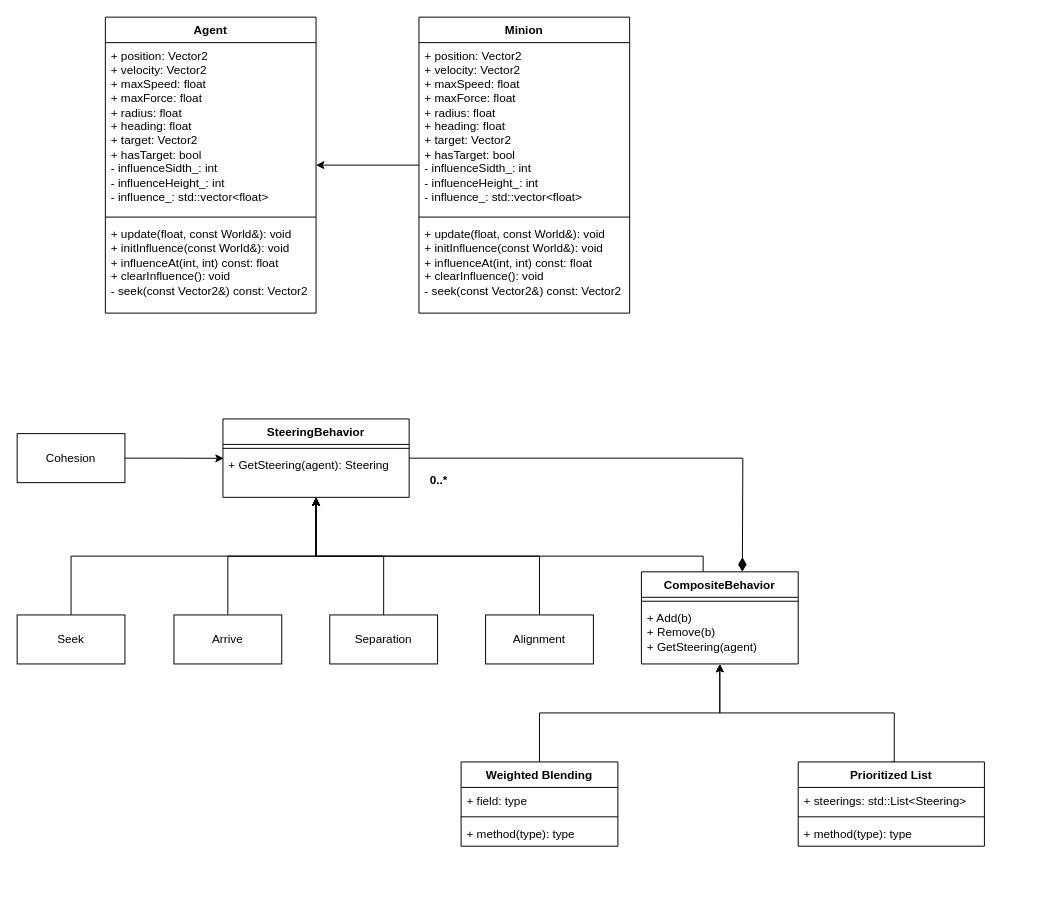
Earlier version of the draw.io diagram IA_AA1.drawio (gerarddoblas/AA1_Steering_Behaviors). Source tidied: cells renumbered, new cells numbered last; positions are measured from the earlier drawing's top-left corner, leaving out a move shared by most shapes. Both pictures are drawn from the tidied source at 98%, with x=0, y=0 at pixel (17, 17).
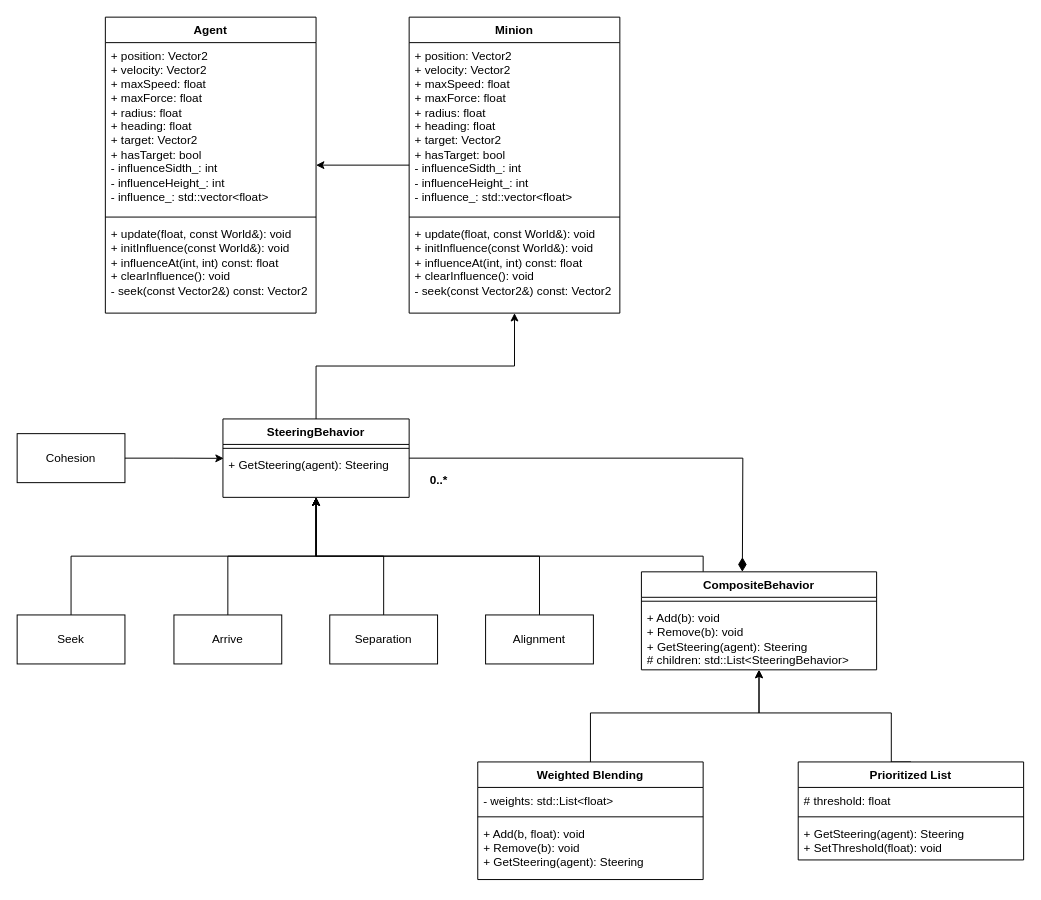
The same diagram, later.

Unchanged cells that the change refers to:
```xml
<mxCell id="3" value="SteeringBehavior" style="swimlane;fontStyle=1;align=center;verticalAlign=top;horizontal=1;startSize=26;whiteSpace=wrap;html=1;" parent="1" vertex="1">
  <mxGeometry x="210" y="410" width="190" height="80" as="geometry" />
</mxCell>
```

What changed in the source:
```diff
@@
+    <mxCell id="40" style="edgeStyle=orthogonalEdgeStyle;rounded=0;jettySize=auto;html=1;exitX=0.5;exitY=0;exitDx=0;exitDy=0;defaultLabelBackgroundColor=page;" parent="1" edge="1" source="3" target="26">
+      <mxGeometry relative="1" as="geometry" />
+    </mxCell>
@@
     <mxCell id="17" value="CompositeBehavior" style="swimlane;fontStyle=1;align=center;verticalAlign=top;horizontal=1;startSize=26;whiteSpace=wrap;html=1;" parent="1" vertex="1">
-      <mxGeometry x="637" y="566" width="160" height="94" as="geometry" />
+      <mxGeometry x="637" y="566" width="240" height="100" as="geometry" />
     </mxCell>
     <mxCell id="18" style="line;strokeWidth=1;fillColor=none;align=left;verticalAlign=middle;spacingTop=-1;spacingLeft=3;spacingRight=3;labelPosition=right;strokeColor=inherit;labelPerimeter=1;" parent="17" vertex="1">
-      <mxGeometry y="26" width="160" height="8" as="geometry" />
+      <mxGeometry y="26" width="240" height="8" as="geometry" />
     </mxCell>
-    <mxCell id="19" value="+ Add(b)&lt;div&gt;+ Remove(b)&lt;/div&gt;&lt;div&gt;+ GetSteering(agent)&lt;/div&gt;" style="text;strokeColor=none;fillColor=none;align=left;verticalAlign=top;spacingLeft=4;spacingRight=4;overflow=hidden;whiteSpace=wrap;html=1;" parent="17" vertex="1">
-      <mxGeometry y="34" width="160" height="60" as="geometry" />
+    <mxCell id="19" value="+ Add(b): void&lt;div&gt;+ Remove(b): void&lt;/div&gt;&lt;div&gt;+ GetSteering(agent): Steering&lt;/div&gt;&lt;div&gt;# children: std::List&amp;lt;SteeringBehavior&amp;gt;&lt;/div&gt;" style="text;strokeColor=none;fillColor=none;align=left;verticalAlign=top;spacingLeft=4;spacingRight=4;overflow=hidden;whiteSpace=wrap;html=1;" parent="17" vertex="1">
+      <mxGeometry y="34" width="240" height="66" as="geometry" />
     </mxCell>
@@
     <mxCell id="26" value="Minion" style="swimlane;fontStyle=1;align=center;verticalAlign=top;horizontal=1;startSize=26;whiteSpace=wrap;html=1;" parent="1" vertex="1">
-      <mxGeometry x="410" width="215" height="302" as="geometry" />
+      <mxGeometry x="400" width="215" height="302" as="geometry" />
     </mxCell>
@@
-    <mxCell id="30" style="edgeStyle=orthogonalEdgeStyle;rounded=0;jettySize=auto;html=1;exitX=0.5;exitY=0;exitDx=0;exitDy=0;defaultLabelBackgroundColor=page;" parent="1" edge="1" source="31" target="17">
-      <mxGeometry relative="1" as="geometry" />
-    </mxCell>
-    <mxCell id="31" value="Weighted Blending" style="swimlane;fontStyle=1;align=center;verticalAlign=top;horizontal=1;startSize=26;whiteSpace=wrap;html=1;" parent="1" vertex="1">
-      <mxGeometry x="453" y="760" width="160" height="86" as="geometry" />
-    </mxCell>
-    <mxCell id="32" value="+ field: type" style="text;strokeColor=none;fillColor=none;align=left;verticalAlign=top;spacingLeft=4;spacingRight=4;overflow=hidden;whiteSpace=wrap;html=1;" parent="31" vertex="1">
-      <mxGeometry y="26" width="160" height="26" as="geometry" />
-    </mxCell>
-    <mxCell id="33" style="line;strokeWidth=1;fillColor=none;align=left;verticalAlign=middle;spacingTop=-1;spacingLeft=3;spacingRight=3;labelPosition=right;strokeColor=inherit;labelPerimeter=1;" parent="31" vertex="1">
-      <mxGeometry y="52" width="160" height="8" as="geometry" />
-    </mxCell>
-    <mxCell id="34" value="+ method(type): type" style="text;strokeColor=none;fillColor=none;align=left;verticalAlign=top;spacingLeft=4;spacingRight=4;overflow=hidden;whiteSpace=wrap;html=1;" parent="31" vertex="1">
-      <mxGeometry y="60" width="160" height="26" as="geometry" />
-    </mxCell>
     <mxCell id="35" style="edgeStyle=orthogonalEdgeStyle;rounded=0;jettySize=auto;html=1;exitX=0.5;exitY=0;exitDx=0;exitDy=0;entryX=0.5;entryY=1;entryDx=0;entryDy=0;defaultLabelBackgroundColor=page;" parent="1" edge="1" source="36" target="17">
-      <mxGeometry relative="1" as="geometry">
+      <mxGeometry x="-0.02" relative="1" as="geometry">
         <Array as="points">
-          <mxPoint x="895" y="710" />
-          <mxPoint x="717" y="710" />
+          <mxPoint x="892" y="710" />
+          <mxPoint x="757" y="710" />
         </Array>
       </mxGeometry>
     </mxCell>
     <mxCell id="36" value="Prioritized List" style="swimlane;fontStyle=1;align=center;verticalAlign=top;horizontal=1;startSize=26;whiteSpace=wrap;html=1;" parent="1" vertex="1">
-      <mxGeometry x="797" y="760" width="190" height="86" as="geometry" />
+      <mxGeometry x="797" y="760" width="230" height="100" as="geometry" />
     </mxCell>
-    <mxCell id="37" value="+ steerings: std::List&amp;lt;Steering&amp;gt;" style="text;strokeColor=none;fillColor=none;align=left;verticalAlign=top;spacingLeft=4;spacingRight=4;overflow=hidden;whiteSpace=wrap;html=1;" parent="36" vertex="1">
-      <mxGeometry y="26" width="190" height="26" as="geometry" />
+    <mxCell id="37" value="# threshold: float" style="text;strokeColor=none;fillColor=none;align=left;verticalAlign=top;spacingLeft=4;spacingRight=4;overflow=hidden;whiteSpace=wrap;html=1;" parent="36" vertex="1">
+      <mxGeometry y="26" width="230" height="26" as="geometry" />
     </mxCell>
     <mxCell id="38" style="line;strokeWidth=1;fillColor=none;align=left;verticalAlign=middle;spacingTop=-1;spacingLeft=3;spacingRight=3;labelPosition=right;strokeColor=inherit;labelPerimeter=1;" parent="36" vertex="1">
-      <mxGeometry y="52" width="190" height="8" as="geometry" />
+      <mxGeometry y="52" width="230" height="8" as="geometry" />
     </mxCell>
-    <mxCell id="39" value="+ method(type): type" style="text;strokeColor=none;fillColor=none;align=left;verticalAlign=top;spacingLeft=4;spacingRight=4;overflow=hidden;whiteSpace=wrap;html=1;" parent="36" vertex="1">
-      <mxGeometry y="60" width="190" height="26" as="geometry" />
+    <mxCell id="39" value="+ GetSteering(agent): Steering&lt;div&gt;+ SetThreshold(float): void&lt;/div&gt;" style="text;strokeColor=none;fillColor=none;align=left;verticalAlign=top;spacingLeft=4;spacingRight=4;overflow=hidden;whiteSpace=wrap;html=1;" parent="36" vertex="1">
+      <mxGeometry y="60" width="230" height="40" as="geometry" />
     </mxCell>
+    <mxCell id="30" style="edgeStyle=orthogonalEdgeStyle;rounded=0;jettySize=auto;html=1;entryX=0.5;entryY=1;entryDx=0;entryDy=0;defaultLabelBackgroundColor=page;" parent="1" edge="1" source="31" target="17">
+      <mxGeometry relative="1" as="geometry">
+        <Array as="points">
+          <mxPoint x="585" y="710" />
+          <mxPoint x="757" y="710" />
+        </Array>
+      </mxGeometry>
+    </mxCell>
+    <mxCell id="31" value="Weighted Blending" style="swimlane;fontStyle=1;align=center;verticalAlign=top;horizontal=1;startSize=26;whiteSpace=wrap;html=1;" parent="1" vertex="1">
+      <mxGeometry x="470" y="760" width="230" height="120" as="geometry" />
+    </mxCell>
+    <mxCell id="41" value="- weights: std::List&amp;lt;float&amp;gt;" style="text;strokeColor=none;fillColor=none;align=left;verticalAlign=top;spacingLeft=4;spacingRight=4;overflow=hidden;whiteSpace=wrap;html=1;" parent="31" vertex="1">
+      <mxGeometry y="26" width="230" height="26" as="geometry" />
+    </mxCell>
+    <mxCell id="42" style="line;strokeWidth=1;fillColor=none;align=left;verticalAlign=middle;spacingTop=-1;spacingLeft=3;spacingRight=3;labelPosition=right;strokeColor=inherit;labelPerimeter=1;" parent="31" vertex="1">
+      <mxGeometry y="52" width="230" height="8" as="geometry" />
+    </mxCell>
+    <mxCell id="43" value="+ Add(b, float): void&lt;div&gt;+ Remove(b): void&lt;/div&gt;&lt;div&gt;+ GetSteering(agent): Steering&lt;/div&gt;" style="text;strokeColor=none;fillColor=none;align=left;verticalAlign=top;spacingLeft=4;spacingRight=4;overflow=hidden;whiteSpace=wrap;html=1;" parent="31" vertex="1">
+      <mxGeometry y="60" width="230" height="60" as="geometry" />
+    </mxCell>
```
